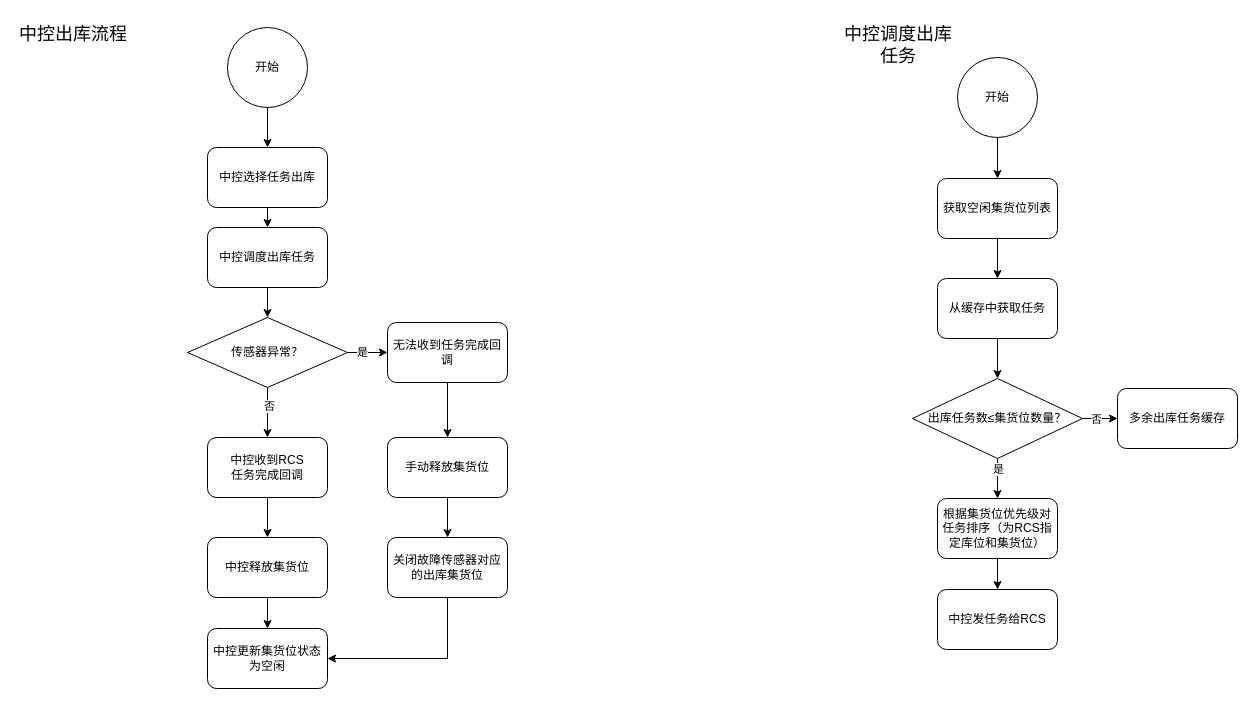
FrankKirin/PM_works keeps this draw.io diagram as 威海HP传感器CR流程图.drawio. Above is the earlier version. Source tidied: cells renumbered, new cells numbered last; positions are measured from the earlier drawing's top-left corner, leaving out a move shared by most shapes. Both pictures are drawn from the tidied source at 100%, with x=0, y=0 at pixel (17, 17).
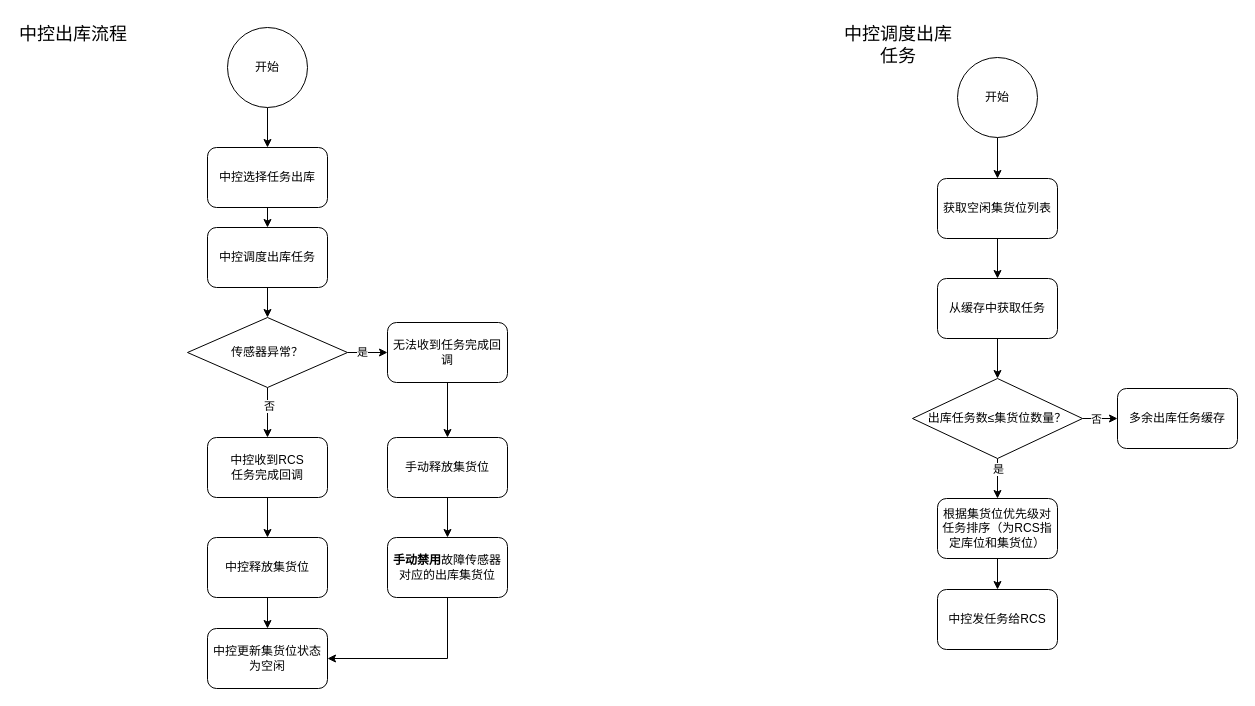
After the change.

Commit message:
Update 威海HP传感器CR流程图.drawio

Change to the diagram source:
```diff
@@
-    <mxCell id="41" value="关闭故障传感器对应的出库集货位" style="rounded=1;whiteSpace=wrap;html=1;" parent="1" vertex="1">
+    <mxCell id="41" value="&lt;b&gt;手动禁用&lt;/b&gt;故障传感器对应的出库集货位" style="rounded=1;whiteSpace=wrap;html=1;" parent="1" vertex="1">
       <mxGeometry x="370" y="520" width="120" height="60" as="geometry" />
     </mxCell>
```
